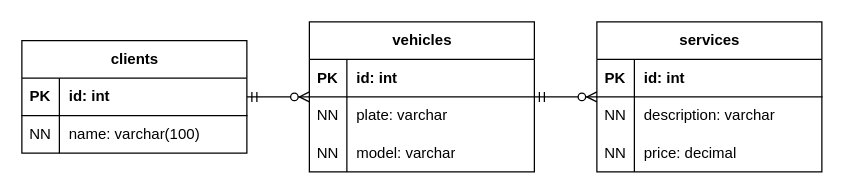
This is backend/docs/DER.drawio from guilhermepk/Oficina-Mecanica, a draw.io file, before an edit. Source tidied: cells renumbered, new cells numbered last; positions are measured from the earlier drawing's top-left corner, leaving out a move shared by most shapes. Both pictures are drawn from the tidied source at 125%, with x=0, y=0 at pixel (21, 21).
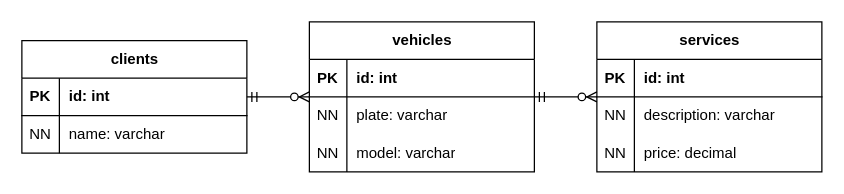
Above is the later version.

Commit message (it also covers changes not shown here):
client entity

Unchanged cells that the change refers to:
```xml
<mxCell id="6" style="shape=tableRow;horizontal=0;startSize=0;swimlaneHead=0;swimlaneBody=0;fillColor=none;top=0;left=0;right=0;bottom=0;" parent="2" vertex="1">
  <mxGeometry y="60" width="180" height="30" as="geometry" />
</mxCell>
```

The edit, as a diff of the source:
```diff
@@
-    <mxCell id="8" value="name: varchar(100)" style="shape=partialRectangle;fillColor=none;top=0;left=0;bottom=0;right=0;align=left;spacingLeft=6;overflow=hidden;whiteSpace=wrap;html=1;" parent="6" vertex="1">
+    <mxCell id="8" value="name: varchar" style="shape=partialRectangle;fillColor=none;top=0;left=0;bottom=0;right=0;align=left;spacingLeft=6;overflow=hidden;whiteSpace=wrap;html=1;" parent="6" vertex="1">
       <mxGeometry x="30" width="150" height="30" as="geometry" />
     </mxCell>
```
